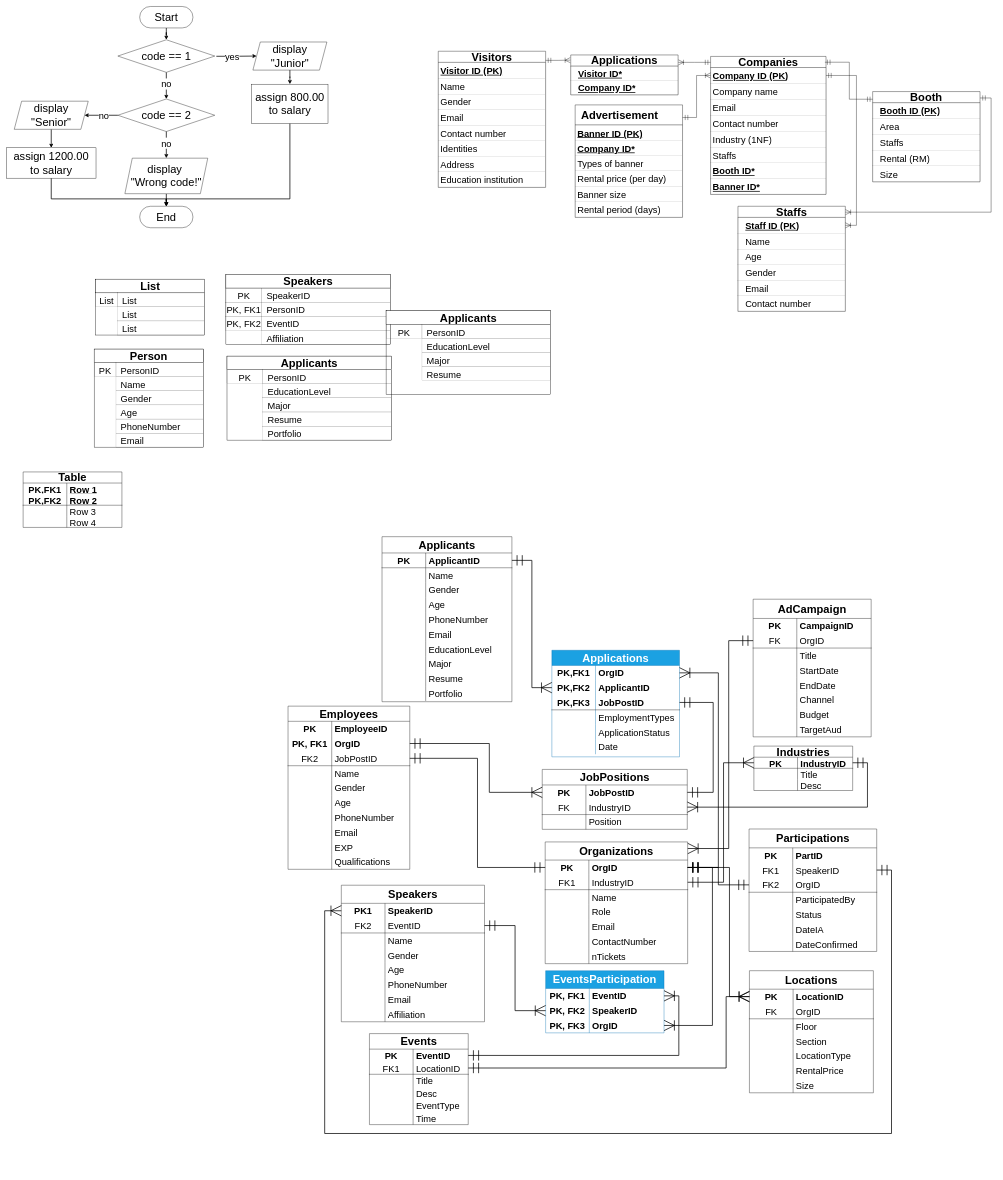
Above: ERD BMCS1053 asg.drawio in twelve0dev9/BMCS1053-asg (draw.io), before the change. Source tidied: cells renumbered, new cells numbered last; positions are measured from the earlier drawing's top-left corner, leaving out a move shared by most shapes. Both pictures are drawn from the tidied source at 37%, with x=0, y=0 at pixel (6, 6).
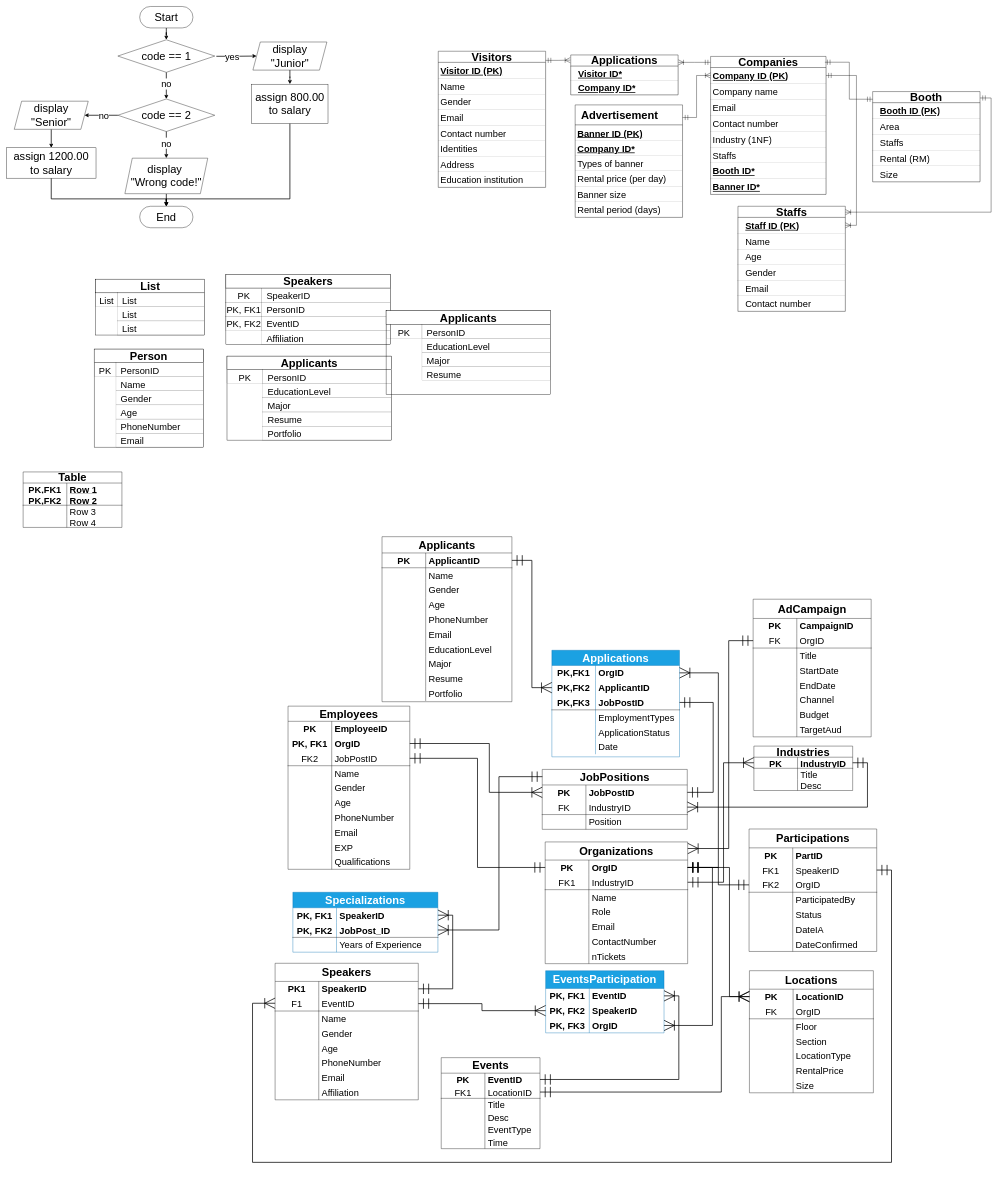
Above is the later version.

Unchanged cells that the change refers to:
```xml
<mxCell id="115" style="shape=tableRow;horizontal=0;startSize=0;swimlaneHead=0;swimlaneBody=0;fillColor=none;points=[[0,0.5],[1,0.5]];portConstraint=eastwest;top=0;left=0;right=0;bottom=0;html=1;fontSize=30;" parent="114" vertex="1">
  <mxGeometry y="49" width="387" height="40" as="geometry" />
</mxCell>
<mxCell id="118" style="shape=tableRow;horizontal=0;startSize=0;swimlaneHead=0;swimlaneBody=0;fillColor=none;points=[[0,0.5],[1,0.5]];portConstraint=eastwest;top=0;left=0;right=0;bottom=1;html=1;fontSize=30;" parent="114" vertex="1">
  <mxGeometry y="89" width="387" height="40" as="geometry" />
</mxCell>
<mxCell id="247" style="shape=tableRow;horizontal=0;startSize=0;swimlaneHead=0;swimlaneBody=0;fillColor=none;points=[[0,0.5],[1,0.5]];portConstraint=eastwest;top=0;left=0;right=0;bottom=0;html=1;fontSize=30;fontStyle=0;" parent="243" vertex="1">
  <mxGeometry y="91" width="345" height="40" as="geometry" />
</mxCell>
<mxCell id="269" style="shape=tableRow;horizontal=0;startSize=0;swimlaneHead=0;swimlaneBody=0;fillColor=none;points=[[0,0.5],[1,0.5]];portConstraint=eastwest;top=0;left=0;right=0;bottom=1;html=1;fontSize=30;" parent="265" vertex="1">
  <mxGeometry y="76" width="267" height="34" as="geometry" />
</mxCell>
<mxCell id="285" style="shape=tableRow;horizontal=0;startSize=0;swimlaneHead=0;swimlaneBody=0;fillColor=none;points=[[0,0.5],[1,0.5]];portConstraint=eastwest;top=0;left=0;right=0;bottom=0;html=1;fontSize=30;" parent="284" vertex="1">
  <mxGeometry y="50" width="335" height="40" as="geometry" />
</mxCell>
<mxCell id="337" value="JobPositions" style="shape=table;startSize=42;childLayout=tableLayout;rowLines=0;fontStyle=1;align=center;html=1;whiteSpace=wrap;fontSize=30;" parent="1" vertex="1">
  <mxGeometry x="1448" y="2062" width="392" height="162" as="geometry" />
</mxCell>
```

The edit, as a diff of the source:
```diff
@@
     <mxCell id="114" value="Speakers" style="shape=table;startSize=49;childLayout=tableLayout;rowLines=0;fontStyle=1;align=center;html=1;whiteSpace=wrap;fontSize=30;" parent="1" vertex="1">
-      <mxGeometry x="905" y="2375" width="387" height="369" as="geometry" />
+      <mxGeometry x="726" y="2586" width="387" height="369" as="geometry" />
     </mxCell>
@@
-    <mxCell id="119" value="FK2" style="shape=partialRectangle;fillColor=none;top=0;left=0;bottom=0;right=0;fontStyle=0;overflow=hidden;html=1;whiteSpace=wrap;fontSize=25;" parent="118" vertex="1">
+    <mxCell id="119" value="F1" style="shape=partialRectangle;fillColor=none;top=0;left=0;bottom=0;right=0;fontStyle=0;overflow=hidden;html=1;whiteSpace=wrap;fontSize=25;" parent="118" vertex="1">
       <mxGeometry width="118" height="40" as="geometry" />
     </mxCell>
@@
     <mxCell id="265" value="Events" style="shape=table;startSize=42;childLayout=tableLayout;rowLines=0;fontStyle=1;align=center;html=1;whiteSpace=wrap;fontSize=30;" parent="1" vertex="1">
-      <mxGeometry x="981" y="2776" width="267" height="246" as="geometry" />
+      <mxGeometry x="1175" y="2841" width="267" height="246" as="geometry" />
     </mxCell>
@@
     <mxCell id="311" style="edgeStyle=orthogonalEdgeStyle;shape=connector;rounded=0;jettySize=auto;html=1;strokeColor=default;strokeWidth=2;align=center;verticalAlign=middle;fontFamily=Helvetica;fontSize=11;fontColor=default;labelBackgroundColor=default;startArrow=ERoneToMany;startFill=0;startSize=25;endArrow=ERmandOne;endFill=0;endSize=25;entryX=1;entryY=0.5;entryDx=0;entryDy=0;" parent="1" edge="1" source="285" target="269">
       <mxGeometry relative="1" as="geometry">
         <Array as="points">
-          <mxPoint x="1945" y="2676" />
-          <mxPoint x="1945" y="2869" />
+          <mxPoint x="1932" y="2676" />
+          <mxPoint x="1932" y="2934" />
         </Array>
       </mxGeometry>
     </mxCell>
@@
-    <mxCell id="387" style="edgeStyle=orthogonalEdgeStyle;shape=connector;rounded=0;jettySize=auto;html=1;entryX=1;entryY=0.5;entryDx=0;entryDy=0;strokeColor=default;strokeWidth=2;align=center;verticalAlign=middle;fontFamily=Helvetica;fontSize=11;fontColor=default;labelBackgroundColor=default;startArrow=ERoneToMany;startFill=0;startSize=25;endArrow=ERmandOne;endFill=0;endSize=25;" parent="1" edge="1" source="115" target="247">
+    <mxCell id="387" style="edgeStyle=orthogonalEdgeStyle;shape=connector;rounded=0;jettySize=auto;html=1;entryX=1;entryY=0.5;entryDx=0;entryDy=0;strokeColor=default;strokeWidth=2;align=center;verticalAlign=middle;fontFamily=Helvetica;fontSize=11;fontColor=default;labelBackgroundColor=default;startArrow=ERoneToMany;startFill=0;startSize=25;endArrow=ERmandOne;endFill=0;endSize=25;" parent="1" edge="1" target="247">
       <mxGeometry relative="1" as="geometry">
+        <mxPoint x="726" y="2694" as="sourcePoint" />
         <Array as="points">
-          <mxPoint x="860" y="2444" />
-          <mxPoint x="860" y="3046" />
-          <mxPoint x="2392" y="3046" />
+          <mxPoint x="665" y="2694" />
+          <mxPoint x="665" y="3124" />
+          <mxPoint x="2392" y="3124" />
           <mxPoint x="2392" y="2334" />
         </Array>
       </mxGeometry>
     </mxCell>
+    <mxCell id="388" style="edgeStyle=orthogonalEdgeStyle;shape=connector;rounded=0;jettySize=auto;html=1;entryX=1;entryY=0.5;entryDx=0;entryDy=0;strokeColor=default;strokeWidth=2;align=center;verticalAlign=middle;fontFamily=Helvetica;fontSize=11;fontColor=default;labelBackgroundColor=default;startArrow=ERmandOne;startFill=0;startSize=25;endArrow=ERoneToMany;endFill=0;endSize=25;" parent="1" edge="1" source="115" target="390">
+      <mxGeometry relative="1" as="geometry" />
+    </mxCell>
+    <mxCell id="389" value="Specializations" style="shape=table;startSize=42;childLayout=tableLayout;rowLines=0;fontStyle=1;align=center;html=1;whiteSpace=wrap;fontSize=30;fillColor=#1ba1e2;fontColor=#ffffff;strokeColor=#006EAF;" parent="1" vertex="1">
+      <mxGeometry x="774" y="2394" width="392" height="162" as="geometry" />
+    </mxCell>
+    <mxCell id="390" style="shape=tableRow;horizontal=0;startSize=0;swimlaneHead=0;swimlaneBody=0;fillColor=none;points=[[0,0.5],[1,0.5]];portConstraint=eastwest;top=0;left=0;right=0;bottom=0;html=1;fontSize=30;" parent="389" vertex="1">
+      <mxGeometry y="42" width="392" height="40" as="geometry" />
+    </mxCell>
+    <mxCell id="391" value="PK, FK1" style="shape=partialRectangle;fillColor=none;top=0;left=0;bottom=0;right=0;fontStyle=1;overflow=hidden;html=1;whiteSpace=wrap;fontSize=25;" parent="390" vertex="1">
+      <mxGeometry width="118" height="40" as="geometry" />
+    </mxCell>
+    <mxCell id="392" value="SpeakerID" style="shape=partialRectangle;fillColor=none;top=0;left=0;bottom=0;right=0;align=left;spacingLeft=6;fontStyle=1;overflow=hidden;html=1;whiteSpace=wrap;fontSize=25;" parent="390" vertex="1">
+      <mxGeometry x="118" width="274" height="40" as="geometry" />
+    </mxCell>
+    <mxCell id="393" style="shape=tableRow;horizontal=0;startSize=0;swimlaneHead=0;swimlaneBody=0;fillColor=none;points=[[0,0.5],[1,0.5]];portConstraint=eastwest;top=0;left=0;right=0;bottom=1;html=1;fontSize=30;" parent="389" vertex="1">
+      <mxGeometry y="82" width="392" height="40" as="geometry" />
+    </mxCell>
+    <mxCell id="394" value="&lt;span style=&quot;&quot;&gt;PK, FK2&lt;/span&gt;" style="shape=partialRectangle;fillColor=none;top=0;left=0;bottom=0;right=0;fontStyle=1;overflow=hidden;html=1;whiteSpace=wrap;fontSize=25;" parent="393" vertex="1">
+      <mxGeometry width="118" height="40" as="geometry" />
+    </mxCell>
+    <mxCell id="395" value="JobPost_ID" style="shape=partialRectangle;fillColor=none;top=0;left=0;bottom=0;right=0;align=left;spacingLeft=6;fontStyle=1;overflow=hidden;html=1;whiteSpace=wrap;fontSize=25;" parent="393" vertex="1">
+      <mxGeometry x="118" width="274" height="40" as="geometry" />
+    </mxCell>
+    <mxCell id="396" style="shape=tableRow;horizontal=0;startSize=0;swimlaneHead=0;swimlaneBody=0;fillColor=none;top=0;left=0;right=0;bottom=0;html=1;fontSize=30;" parent="389" vertex="1">
+      <mxGeometry y="122" width="392" height="40" as="geometry" />
+    </mxCell>
+    <mxCell id="397" style="shape=partialRectangle;fillColor=none;top=0;left=0;bottom=0;right=0;fontStyle=0;overflow=hidden;html=1;whiteSpace=wrap;fontSize=25;" parent="396" vertex="1">
+      <mxGeometry width="118" height="40" as="geometry" />
+    </mxCell>
+    <mxCell id="398" value="Years of Experience" style="shape=partialRectangle;fillColor=none;top=0;left=0;bottom=0;right=0;align=left;spacingLeft=6;fontStyle=0;overflow=hidden;html=1;whiteSpace=wrap;fontSize=25;" parent="396" vertex="1">
+      <mxGeometry x="118" width="274" height="40" as="geometry" />
+    </mxCell>
+    <mxCell id="399" style="edgeStyle=orthogonalEdgeStyle;shape=connector;rounded=0;jettySize=auto;html=1;strokeColor=default;strokeWidth=2;align=center;verticalAlign=middle;fontFamily=Helvetica;fontSize=11;fontColor=default;labelBackgroundColor=default;startArrow=ERoneToMany;startFill=0;startSize=25;endArrow=ERmandOne;endFill=0;endSize=25;entryX=0.001;entryY=0.121;entryDx=0;entryDy=0;entryPerimeter=0;" parent="1" edge="1" source="393" target="337">
+      <mxGeometry relative="1" as="geometry">
+        <Array as="points">
+          <mxPoint x="1331" y="2496" />
+          <mxPoint x="1331" y="2082" />
+        </Array>
+      </mxGeometry>
+    </mxCell>
```
